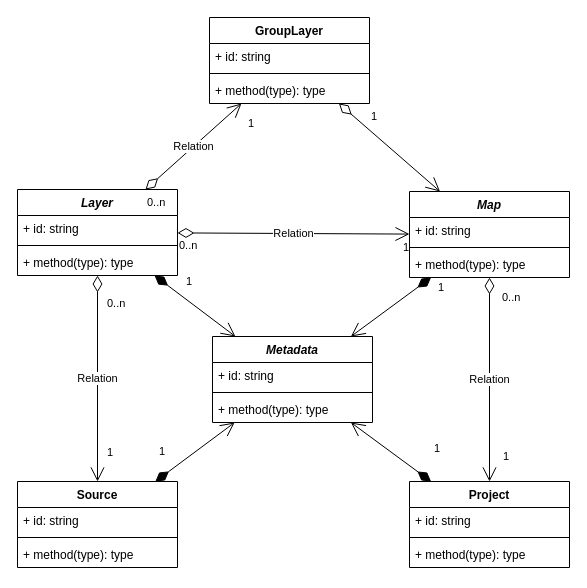
Earlier version of the draw.io diagram page "Data" (1 of 2) of src/docs/diagrams/Data.drawio (ign-argentina/argenmap). Source tidied: cells renumbered, new cells numbered last; positions are measured from the earlier drawing's top-left corner, leaving out a move shared by most shapes. Both pictures are drawn from the tidied source at 100%, with x=0, y=0 at pixel (17, 17).
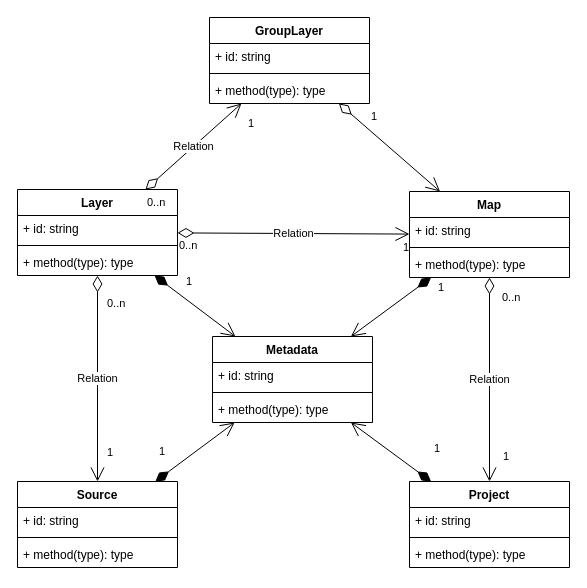
The same diagram, later.

Commit message:
tab name changed

What changed in the source:
```diff
@@
-    <mxCell id="2" value="Layer" style="swimlane;fontStyle=3;align=center;verticalAlign=top;horizontal=1;startSize=26;" parent="1" vertex="1">
+    <mxCell id="2" value="Layer" style="swimlane;fontStyle=1;align=center;verticalAlign=top;horizontal=1;startSize=26;" parent="1" vertex="1">
       <mxGeometry y="172" width="160" height="86" as="geometry" />
     </mxCell>
@@
-    <mxCell id="18" value="Map" style="swimlane;fontStyle=3;align=center;verticalAlign=top;horizontal=1;startSize=26;" parent="1" vertex="1">
+    <mxCell id="18" value="Map" style="swimlane;fontStyle=1;align=center;verticalAlign=top;horizontal=1;startSize=26;" parent="1" vertex="1">
       <mxGeometry x="392" y="174" width="160" height="86" as="geometry" />
     </mxCell>
@@
-    <mxCell id="22" value="Metadata" style="swimlane;fontStyle=3;align=center;verticalAlign=top;horizontal=1;startSize=26;" parent="1" vertex="1">
+    <mxCell id="22" value="Metadata" style="swimlane;fontStyle=1;align=center;verticalAlign=top;horizontal=1;startSize=26;" parent="1" vertex="1">
       <mxGeometry x="195" y="319" width="160" height="86" as="geometry" />
     </mxCell>
```
